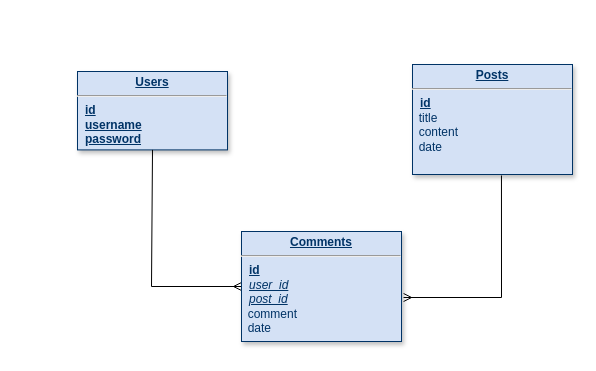
Above: assets/img/DD.drawio in bernardjbs/hw-boot-wk14-tech-blog (draw.io), before the change. Source tidied: cells renumbered, new cells numbered last; positions are measured from the earlier drawing's top-left corner, leaving out a move shared by most shapes. Both pictures are drawn from the tidied source at 100%, with x=0, y=0 at pixel (77, 64).
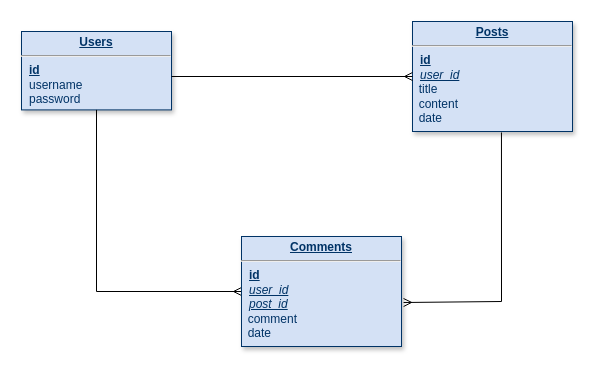
Above is the later version.

Commit message (it also covers changes not shown here):
Finished seed.js - Added CSS - Updated Relationship Diagram - Added foreign key user_id to Post model - Added index.js in Models - Minor bugs fixed - Data parsing to View through Controller is working

The edit, as a diff of the source:
```diff
@@
 <mxGraphModel>
   <root>
     <mxCell id="0" />
     <mxCell id="1" parent="0" />
-    <mxCell id="2" value="&lt;p style=&quot;margin: 0px ; margin-top: 4px ; text-align: center ; text-decoration: underline&quot;&gt;&lt;strong&gt;Posts&lt;/strong&gt;&lt;/p&gt;&lt;hr&gt;&lt;p style=&quot;margin: 0px ; margin-left: 8px&quot;&gt;&lt;u&gt;&lt;b&gt;id&lt;/b&gt;&lt;/u&gt;&lt;/p&gt;&amp;nbsp; title&lt;br&gt;&amp;nbsp; content&lt;br&gt;&amp;nbsp; date&lt;br&gt;&amp;nbsp;" style="verticalAlign=top;align=left;overflow=fill;fontSize=12;fontFamily=Helvetica;html=1;strokeColor=#003366;shadow=1;fillColor=#D4E1F5;fontColor=#003366;" parent="1" vertex="1">
-      <mxGeometry x="335" width="160" height="110" as="geometry" />
+    <mxCell id="2" value="&lt;p style=&quot;margin: 0px ; margin-top: 4px ; text-align: center ; text-decoration: underline&quot;&gt;&lt;strong&gt;Posts&lt;/strong&gt;&lt;/p&gt;&lt;hr&gt;&lt;p style=&quot;margin: 0px ; margin-left: 8px&quot;&gt;&lt;u&gt;&lt;b&gt;id&lt;/b&gt;&lt;/u&gt;&lt;/p&gt;&lt;p style=&quot;margin: 0px ; margin-left: 8px&quot;&gt;&lt;u&gt;&lt;i&gt;user_id&lt;/i&gt;&lt;/u&gt;&lt;/p&gt;&amp;nbsp; title&lt;br&gt;&amp;nbsp; content&lt;br&gt;&amp;nbsp; date&lt;br&gt;&amp;nbsp;" style="verticalAlign=top;align=left;overflow=fill;fontSize=12;fontFamily=Helvetica;html=1;strokeColor=#003366;shadow=1;fillColor=#D4E1F5;fontColor=#003366;" parent="1" vertex="1">
+      <mxGeometry x="335" y="-43" width="160" height="110" as="geometry" />
     </mxCell>
-    <mxCell id="3" value="&lt;p style=&quot;margin: 0px ; margin-top: 4px ; text-align: center ; text-decoration: underline&quot;&gt;&lt;strong&gt;Users&lt;/strong&gt;&lt;/p&gt;&lt;hr&gt;&lt;p style=&quot;margin: 0px ; margin-left: 8px&quot;&gt;&lt;u&gt;&lt;b&gt;id&lt;/b&gt;&lt;/u&gt;&lt;/p&gt;&lt;p style=&quot;margin: 0px ; margin-left: 8px&quot;&gt;&lt;u&gt;&lt;b&gt;username&lt;/b&gt;&lt;/u&gt;&lt;/p&gt;&lt;p style=&quot;margin: 0px ; margin-left: 8px&quot;&gt;&lt;u&gt;&lt;b&gt;password&lt;/b&gt;&lt;/u&gt;&lt;/p&gt;" style="verticalAlign=top;align=left;overflow=fill;fontSize=12;fontFamily=Helvetica;html=1;strokeColor=#003366;shadow=1;fillColor=#D4E1F5;fontColor=#003366;" parent="1" vertex="1">
-      <mxGeometry y="7" width="150" height="78.4" as="geometry" />
+    <mxCell id="3" value="&lt;p style=&quot;margin: 0px ; margin-top: 4px ; text-align: center ; text-decoration: underline&quot;&gt;&lt;strong&gt;Users&lt;/strong&gt;&lt;/p&gt;&lt;hr&gt;&lt;p style=&quot;margin: 0px ; margin-left: 8px&quot;&gt;&lt;u&gt;&lt;b&gt;id&lt;/b&gt;&lt;/u&gt;&lt;/p&gt;&lt;p style=&quot;margin: 0px ; margin-left: 8px&quot;&gt;username&lt;/p&gt;&lt;p style=&quot;margin: 0px ; margin-left: 8px&quot;&gt;password&lt;/p&gt;" style="verticalAlign=top;align=left;overflow=fill;fontSize=12;fontFamily=Helvetica;html=1;strokeColor=#003366;shadow=1;fillColor=#D4E1F5;fontColor=#003366;" parent="1" vertex="1">
+      <mxGeometry x="-56" y="-33" width="150" height="78.4" as="geometry" />
     </mxCell>
     <mxCell id="4" style="endArrow=ERmany;html=1;rounded=0;exitX=0.5;exitY=1;exitDx=0;exitDy=0;endFill=0;entryX=0;entryY=0.5;entryDx=0;entryDy=0;" parent="1" edge="1" source="3" target="5">
       <mxGeometry relative="1" as="geometry">
         <Array as="points">
-          <mxPoint x="74" y="222" />
+          <mxPoint x="19" y="227" />
         </Array>
       </mxGeometry>
     </mxCell>
     <mxCell id="5" value="&lt;p style=&quot;margin: 0px ; margin-top: 4px ; text-align: center ; text-decoration: underline&quot;&gt;&lt;strong&gt;Comments&lt;/strong&gt;&lt;/p&gt;&lt;hr&gt;&lt;p style=&quot;margin: 0px ; margin-left: 8px&quot;&gt;&lt;u&gt;&lt;b&gt;id&lt;/b&gt;&lt;/u&gt;&lt;br&gt;&lt;/p&gt;&lt;p style=&quot;margin: 0px ; margin-left: 8px&quot;&gt;&lt;span style=&quot;background-color: initial;&quot;&gt;&lt;i&gt;&lt;u&gt;user_id&lt;/u&gt;&lt;/i&gt;&lt;/span&gt;&lt;/p&gt;&lt;p style=&quot;margin: 0px ; margin-left: 8px&quot;&gt;&lt;span style=&quot;background-color: initial;&quot;&gt;&lt;i&gt;&lt;u&gt;post_id&lt;/u&gt;&lt;/i&gt;&lt;/span&gt;&lt;/p&gt;&amp;nbsp; comment&lt;br&gt;&amp;nbsp; date&lt;br&gt;&amp;nbsp;" style="verticalAlign=top;align=left;overflow=fill;fontSize=12;fontFamily=Helvetica;html=1;strokeColor=#003366;shadow=1;fillColor=#D4E1F5;fontColor=#003366;" parent="1" vertex="1">
-      <mxGeometry x="164" y="167" width="160" height="110" as="geometry" />
+      <mxGeometry x="164" y="172" width="160" height="110" as="geometry" />
     </mxCell>
     <mxCell id="6" style="endArrow=ERmany;html=1;rounded=0;exitX=0.556;exitY=1.009;exitDx=0;exitDy=0;endFill=0;entryX=1.013;entryY=0.6;entryDx=0;entryDy=0;exitPerimeter=0;entryPerimeter=0;" parent="1" edge="1" source="2" target="5">
       <mxGeometry relative="1" as="geometry">
         <Array as="points">
-          <mxPoint x="424" y="233" />
+          <mxPoint x="424" y="237" />
         </Array>
       </mxGeometry>
     </mxCell>
+    <mxCell id="7" style="endArrow=ERmany;html=1;rounded=0;exitX=1;exitY=0.574;exitDx=0;exitDy=0;endFill=0;entryX=0;entryY=0.5;entryDx=0;entryDy=0;exitPerimeter=0;" parent="1" edge="1" source="3" target="2">
+      <mxGeometry relative="1" as="geometry" />
+    </mxCell>
   </root>
 </mxGraphModel>
```
